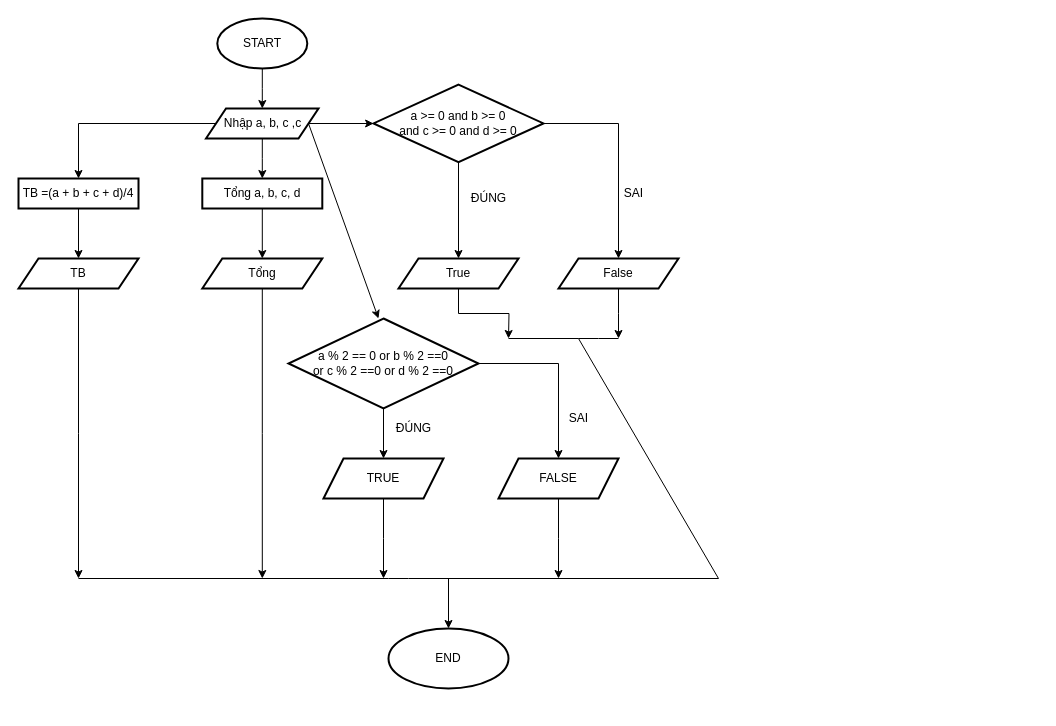
truonghungtv/_PythonFundamental keeps this draw.io diagram as BAITAPVENHA1207.drawio. Above is the earlier version. Source tidied: cells renumbered, new cells numbered last; positions are measured from the earlier drawing's top-left corner, leaving out a move shared by most shapes. Both pictures are drawn from the tidied source at 100%, with x=0, y=0 at pixel (18, 18).
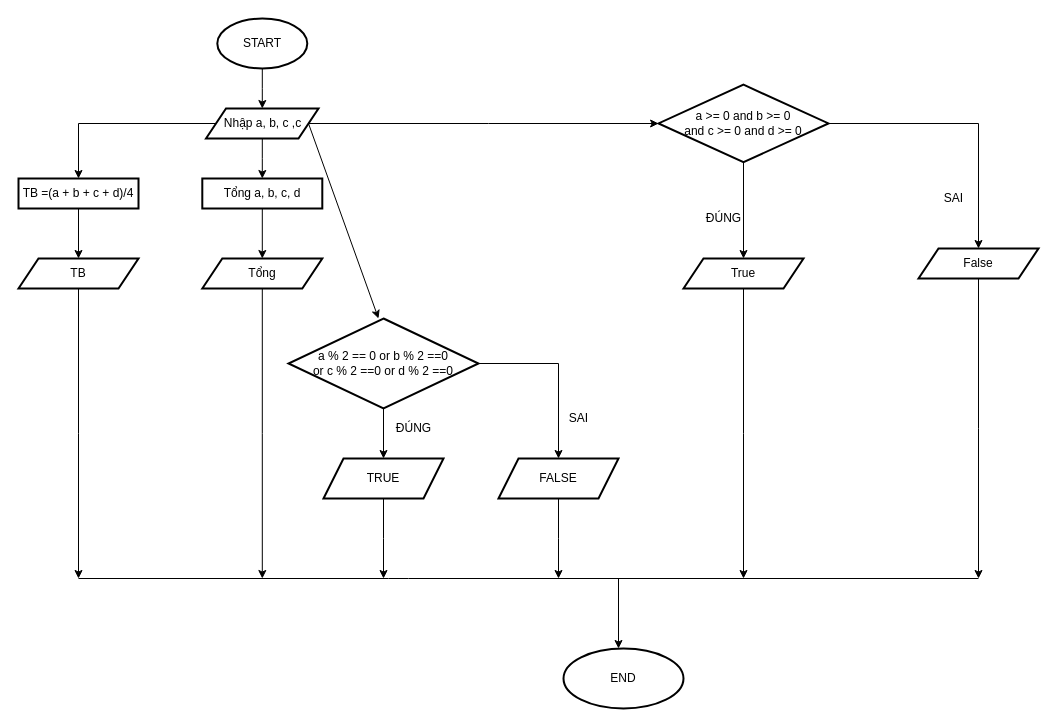
The same diagram, later.

Change to the diagram source:
```diff
@@
     <mxCell id="18" value="a &amp;gt;= 0 and b &amp;gt;= 0&lt;br&gt;&amp;nbsp;and c &amp;gt;= 0 and d &amp;gt;= 0&amp;nbsp;" style="rhombus;whiteSpace=wrap;html=1;strokeWidth=2;" parent="1" vertex="1">
-      <mxGeometry x="355" y="66.2" width="170" height="77.5" as="geometry" />
+      <mxGeometry x="640" y="66.2" width="170" height="77.5" as="geometry" />
     </mxCell>
-    <mxCell id="19" style="edgeStyle=orthogonalEdgeStyle;rounded=0;jettySize=auto;html=1;" parent="1" edge="1" source="20">
-      <mxGeometry relative="1" as="geometry">
-        <mxPoint x="490" y="320" as="targetPoint" />
-      </mxGeometry>
-    </mxCell>
+    <mxCell id="40" style="edgeStyle=orthogonalEdgeStyle;rounded=0;jettySize=auto;html=1;" parent="1" edge="1" source="20">
+      <mxGeometry relative="1" as="geometry">
+        <mxPoint x="725" y="560" as="targetPoint" />
+      </mxGeometry>
+    </mxCell>
     <mxCell id="20" value="True" style="shape=parallelogram;perimeter=parallelogramPerimeter;whiteSpace=wrap;html=1;fixedSize=1;strokeWidth=2;" parent="1" vertex="1">
-      <mxGeometry x="380" y="240" width="120" height="30" as="geometry" />
+      <mxGeometry x="665" y="240" width="120" height="30" as="geometry" />
     </mxCell>
-    <mxCell id="21" style="edgeStyle=orthogonalEdgeStyle;rounded=0;jettySize=auto;html=1;" parent="1" edge="1" source="22">
-      <mxGeometry relative="1" as="geometry">
-        <mxPoint x="600" y="320" as="targetPoint" />
-      </mxGeometry>
-    </mxCell>
+    <mxCell id="41" style="edgeStyle=orthogonalEdgeStyle;rounded=0;jettySize=auto;html=1;" parent="1" edge="1" source="22">
+      <mxGeometry relative="1" as="geometry">
+        <mxPoint x="960" y="560" as="targetPoint" />
+      </mxGeometry>
+    </mxCell>
     <mxCell id="22" value="False" style="shape=parallelogram;perimeter=parallelogramPerimeter;whiteSpace=wrap;html=1;fixedSize=1;strokeWidth=2;" parent="1" vertex="1">
-      <mxGeometry x="540" y="240" width="120" height="30" as="geometry" />
+      <mxGeometry x="900" y="230" width="120" height="30" as="geometry" />
     </mxCell>
     <mxCell id="23" value="ĐÚNG" style="text;html=1;align=center;verticalAlign=middle;fillColor=none;strokeColor=none;rounded=0;" parent="1" vertex="1">
-      <mxGeometry x="445" y="170" width="50" height="20" as="geometry" />
+      <mxGeometry x="680" y="190" width="50" height="20" as="geometry" />
     </mxCell>
     <mxCell id="24" value="SAI" style="text;html=1;align=center;verticalAlign=middle;fillColor=none;strokeColor=none;rounded=0;" parent="1" vertex="1">
-      <mxGeometry x="600" y="165" width="30" height="20" as="geometry" />
+      <mxGeometry x="920" y="170" width="30" height="20" as="geometry" />
     </mxCell>
@@
-    <mxCell id="35" style="endArrow=none;html=1;" parent="1" edge="1">
-      <mxGeometry relative="1" as="geometry">
-        <mxPoint x="600" y="320" as="sourcePoint" />
-        <mxPoint x="490" y="320" as="targetPoint" />
-        <Array as="points">
-          <mxPoint x="570" y="320" />
-        </Array>
-      </mxGeometry>
-    </mxCell>
     <mxCell id="36" style="endArrow=none;html=1;" parent="1" edge="1">
       <mxGeometry relative="1" as="geometry">
-        <mxPoint x="700" y="560" as="sourcePoint" />
+        <mxPoint x="960" y="560" as="sourcePoint" />
         <mxPoint x="60" y="560" as="targetPoint" />
         <Array as="points">
           <mxPoint x="380" y="560" />
         </Array>
       </mxGeometry>
     </mxCell>
-    <mxCell id="37" style="endArrow=none;html=1;" parent="1" edge="1">
-      <mxGeometry relative="1" as="geometry">
-        <mxPoint x="700" y="560" as="sourcePoint" />
-        <mxPoint x="560" y="320" as="targetPoint" />
-      </mxGeometry>
-    </mxCell>
-    <mxCell id="38" style="endArrow=classic;html=1;" parent="1" edge="1" target="39">
-      <mxGeometry relative="1" as="geometry">
-        <mxPoint x="430" y="560" as="sourcePoint" />
-      </mxGeometry>
-    </mxCell>
     <mxCell id="39" value="END" style="ellipse;whiteSpace=wrap;html=1;strokeWidth=2;" parent="1" vertex="1">
-      <mxGeometry x="370" y="610" width="120" height="60" as="geometry" />
+      <mxGeometry x="545" y="630" width="120" height="60" as="geometry" />
     </mxCell>
+    <mxCell id="42" style="endArrow=classic;html=1;" parent="1" edge="1">
+      <mxGeometry relative="1" as="geometry">
+        <mxPoint x="600" y="560" as="sourcePoint" />
+        <mxPoint x="600" y="630" as="targetPoint" />
+      </mxGeometry>
+    </mxCell>
```
